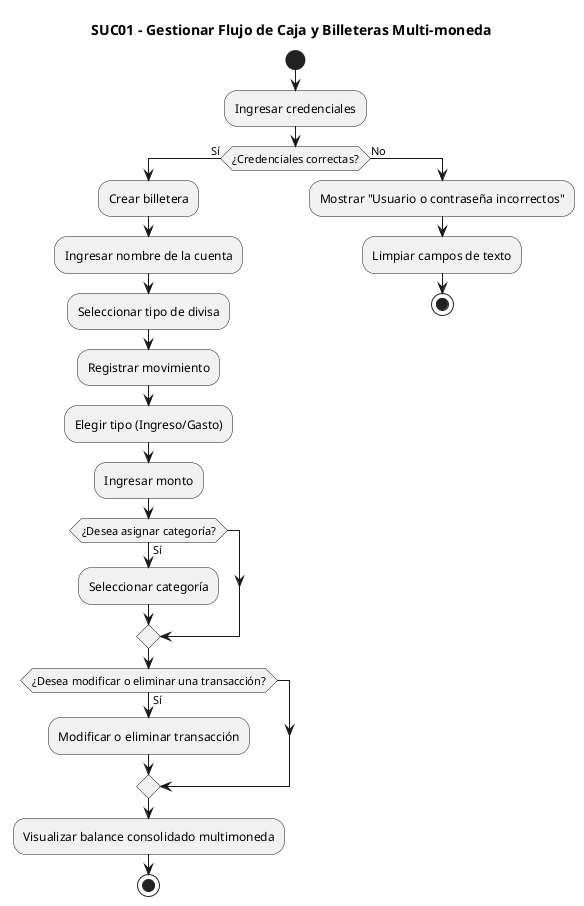
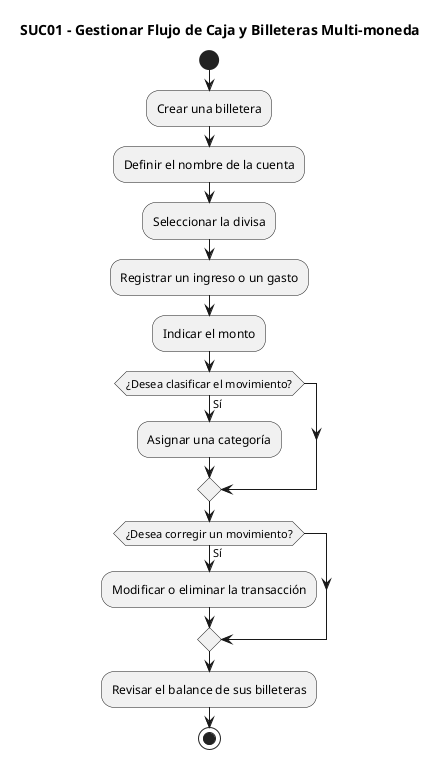
@startuml
title SUC01 - Gestionar Flujo de Caja y Billeteras Multi-moneda

+ |Usuario|
+ 
start

- :Ingresar credenciales;
+ :Crear una billetera;
+ :Definir el nombre de la cuenta;
+ :Seleccionar la divisa;

- if (¿Credenciales correctas?) then (Sí)
-     :Crear billetera;
-     :Ingresar nombre de la cuenta;
-     :Seleccionar tipo de divisa;
+ :Registrar un ingreso o un gasto;
+ :Indicar el monto;

-     :Registrar movimiento;
-     :Elegir tipo (Ingreso/Gasto);
-     :Ingresar monto;
- 
-     if (¿Desea asignar categoría?) then (Sí)
-         :Seleccionar categoría;
-     endif
- 
-     if (¿Desea modificar o eliminar una transacción?) then (Sí)
-         :Modificar o eliminar transacción;
-     endif
- 
-     :Visualizar balance consolidado multimoneda;
- 
-     stop
- 
- else (No)
-     :Mostrar "Usuario o contraseña incorrectos";
-     :Limpiar campos de texto;
-     stop
+ if (¿Desea clasificar el movimiento?) then (Sí)
+ :Asignar una categoría;
endif

+ if (¿Desea corregir un movimiento?) then (Sí)
+ :Modificar o eliminar la transacción;
+ endif
+ 
+ :Revisar el balance de sus billeteras;
+ 
+ stop
+ 
@enduml